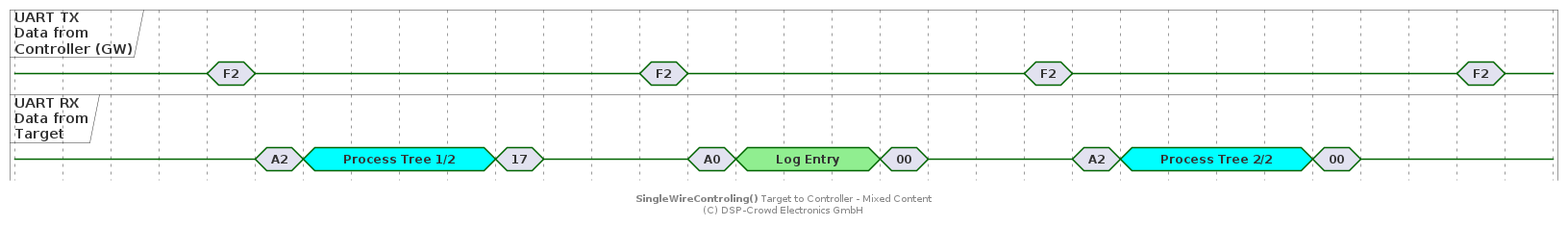
Earlier version of the PlantUML export doc/system/protocol/A4_swt-target-to-ctrl_cut.png (NoOrientationProgramming/code-orb).
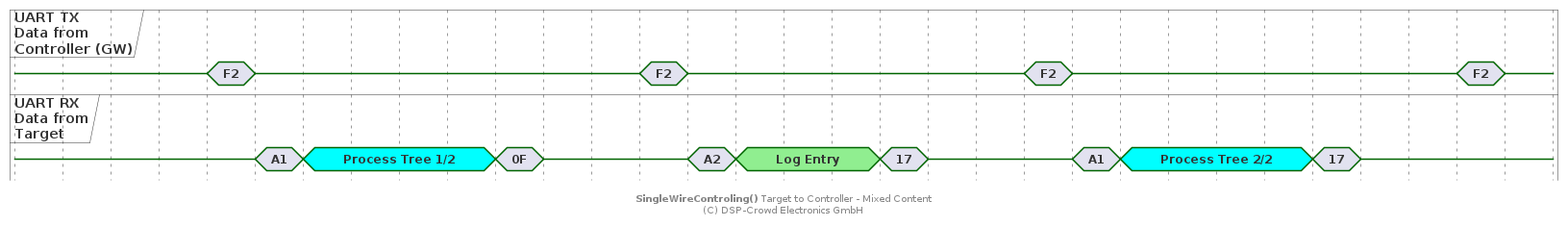
After the commit.

What changed in the source:
```diff
@@ -18,29 +18,13 @@
 
 @+20
 ctrl is {-}
-tar is "A2"
+tar is "A1"
 
 @+20
 tar is "Process Tree 1/2" #cyan
 
 @+80
-tar is "17"
-
-@+20
-tar is {-}
-
-@+40
-ctrl is "F2"
-
-@+20
-ctrl is {-}
-tar is "A0"
-
-@+20
-tar is "Log Entry" #lightgreen
-
-@+60
-tar is "00"
+tar is "0F"
 
 @+20
 tar is {-}
@@ -53,10 +37,26 @@
 tar is "A2"
 
 @+20
+tar is "Log Entry" #lightgreen
+
+@+60
+tar is "17"
+
+@+20
+tar is {-}
+
+@+40
+ctrl is "F2"
+
+@+20
+ctrl is {-}
+tar is "A1"
+
+@+20
 tar is "Process Tree 2/2" #cyan
 
 @+80
-tar is "00"
+tar is "17"
 
 @+20
 tar is {-}
```
